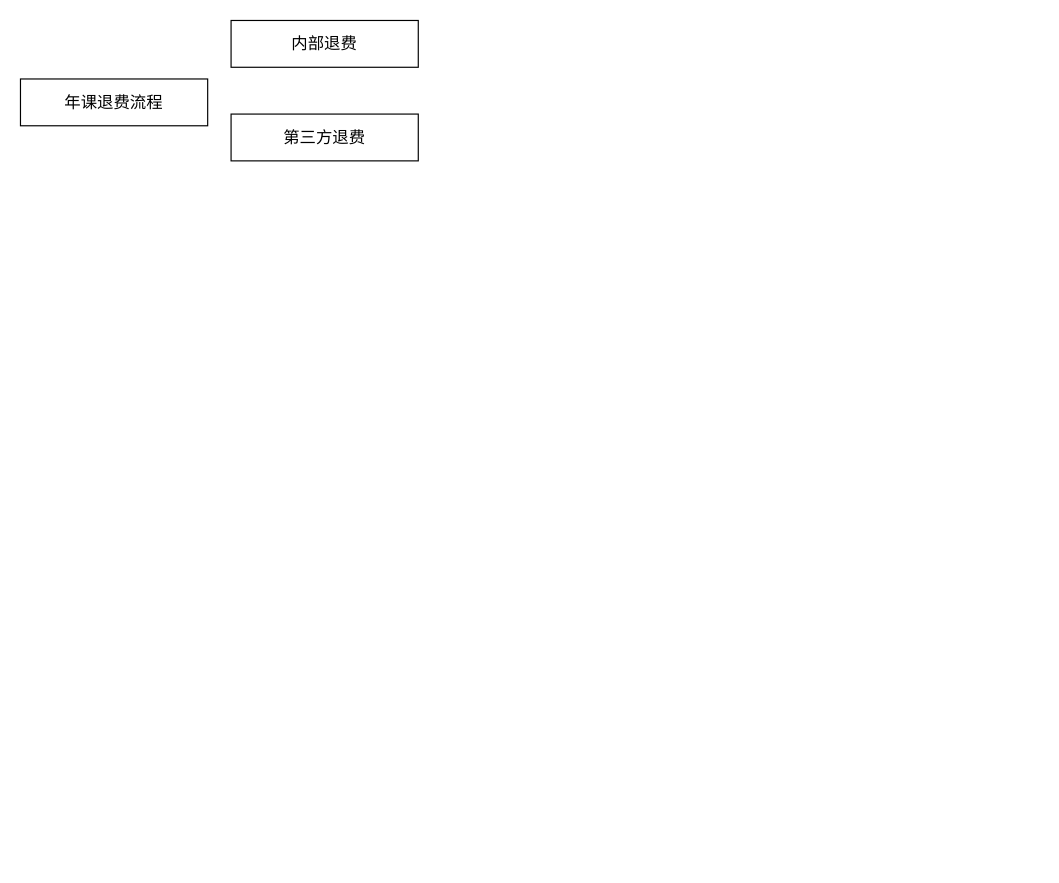
Before: 核桃-班级业务概念.drawio in hongweilv-whu/flowCharts, a draw.io diagram. Source tidied: cells renumbered, new cells numbered last; positions are measured from the earlier drawing's top-left corner, leaving out a move shared by most shapes. Both pictures are drawn from the tidied source at 117%, with x=0, y=0 at pixel (20, 20).
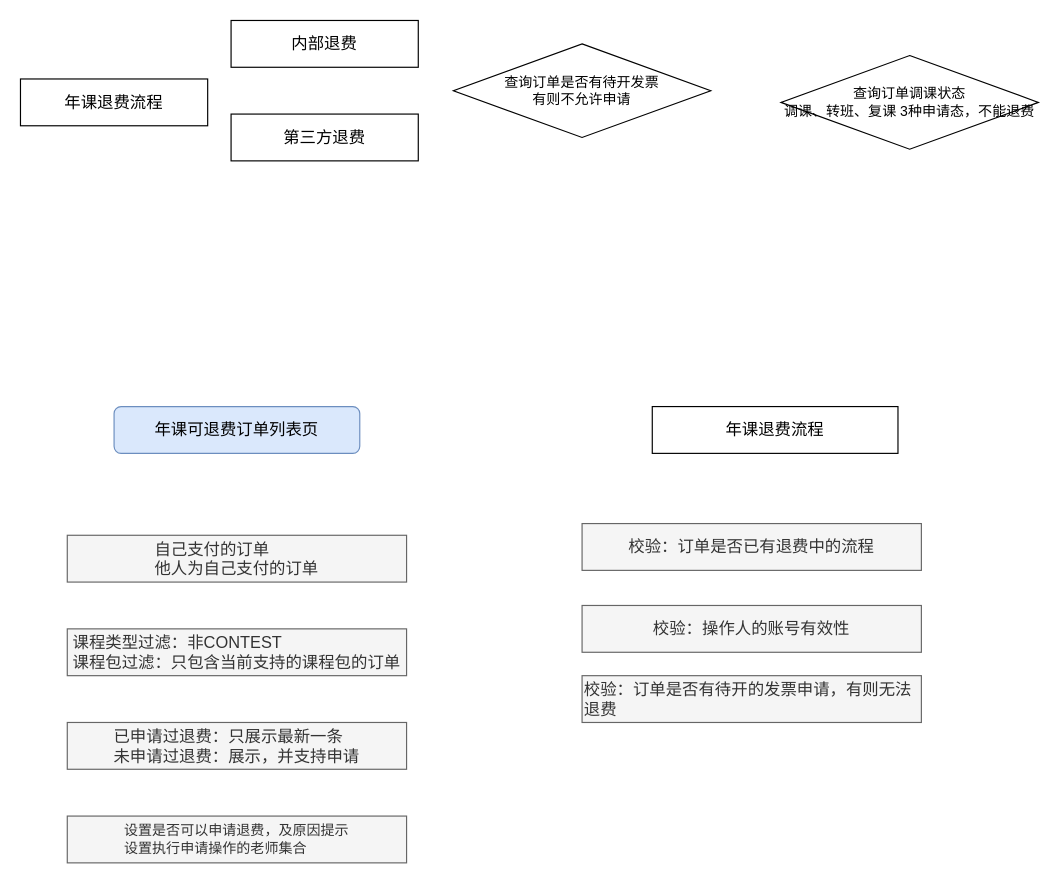
Above is the later version.

Commit message (it also covers changes not shown here):
更新核桃-班级业务概念.drawio

Diff of the diagram source:
```diff
@@
 <mxGraphModel>
   <root>
     <mxCell id="0" />
     <mxCell id="1" parent="0" />
     <mxCell id="2" value="&lt;font style=&quot;font-size: 14px;&quot;&gt;年课退费流程&lt;/font&gt;" style="rounded=0;whiteSpace=wrap;html=1;" parent="1" vertex="1">
       <mxGeometry y="50" width="160" height="40" as="geometry" />
     </mxCell>
     <mxCell id="3" value="&lt;font style=&quot;font-size: 14px;&quot;&gt;内部退费&lt;/font&gt;" style="rounded=0;whiteSpace=wrap;html=1;" parent="1" vertex="1">
       <mxGeometry x="180" width="160" height="40" as="geometry" />
     </mxCell>
     <mxCell id="4" value="&lt;font style=&quot;font-size: 14px;&quot;&gt;第三方退费&lt;/font&gt;" style="rounded=0;whiteSpace=wrap;html=1;" parent="1" vertex="1">
       <mxGeometry x="180" y="80" width="160" height="40" as="geometry" />
     </mxCell>
+    <mxCell id="5" value="查询订单调课状态&lt;br&gt;调课、转班、复课 3种申请态，不能退费" style="rhombus;whiteSpace=wrap;html=1;" parent="1" vertex="1">
+      <mxGeometry x="650" y="30" width="220" height="80" as="geometry" />
+    </mxCell>
+    <mxCell id="6" value="查询订单是否有待开发票&lt;br&gt;有则不允许申请" style="rhombus;whiteSpace=wrap;html=1;" parent="1" vertex="1">
+      <mxGeometry x="370" y="20" width="220" height="80" as="geometry" />
+    </mxCell>
+    <mxCell id="7" value="&lt;font style=&quot;font-size: 14px;&quot;&gt;年课可退费订单列表页&lt;/font&gt;" style="rounded=1;whiteSpace=wrap;html=1;fillColor=#dae8fc;strokeColor=#6c8ebf;" parent="1" vertex="1">
+      <mxGeometry x="80" y="330" width="210" height="40" as="geometry" />
+    </mxCell>
+    <mxCell id="8" value="&lt;font style=&quot;font-size: 14px;&quot;&gt;年课退费流程&lt;/font&gt;" style="rounded=0;whiteSpace=wrap;html=1;" parent="1" vertex="1">
+      <mxGeometry x="540" y="330" width="210" height="40" as="geometry" />
+    </mxCell>
+    <mxCell id="9" value="&lt;div style=&quot;text-align: left;&quot;&gt;&lt;span style=&quot;font-size: 14px; background-color: initial;&quot;&gt;自己支付的订单&lt;/span&gt;&lt;/div&gt;&lt;font style=&quot;font-size: 14px;&quot;&gt;&lt;div style=&quot;text-align: left;&quot;&gt;&lt;span style=&quot;background-color: initial;&quot;&gt;他人为自己支付的订单&lt;/span&gt;&lt;/div&gt;&lt;/font&gt;" style="rounded=0;whiteSpace=wrap;html=1;fillColor=#f5f5f5;fontColor=#333333;strokeColor=#666666;" parent="1" vertex="1">
+      <mxGeometry x="40" y="440" width="290" height="40" as="geometry" />
+    </mxCell>
+    <mxCell id="10" value="&lt;div style=&quot;text-align: left;&quot;&gt;&lt;span style=&quot;font-size: 14px;&quot;&gt;课程类型过滤：非CONTEST&lt;/span&gt;&lt;/div&gt;&lt;div style=&quot;text-align: left;&quot;&gt;&lt;span style=&quot;font-size: 14px;&quot;&gt;课程包过滤：只包含当前支持的课程包的订单&lt;/span&gt;&lt;/div&gt;" style="rounded=0;whiteSpace=wrap;html=1;fillColor=#f5f5f5;fontColor=#333333;strokeColor=#666666;" parent="1" vertex="1">
+      <mxGeometry x="40" y="520" width="290" height="40" as="geometry" />
+    </mxCell>
+    <mxCell id="11" value="&lt;div style=&quot;text-align: left;&quot;&gt;&lt;span style=&quot;font-size: 14px;&quot;&gt;已申请过退费：只展示最新一条&lt;/span&gt;&lt;/div&gt;&lt;div style=&quot;text-align: left;&quot;&gt;&lt;span style=&quot;font-size: 14px;&quot;&gt;未申请过退费：展示，并支持申请&lt;/span&gt;&lt;/div&gt;" style="rounded=0;whiteSpace=wrap;html=1;fillColor=#f5f5f5;fontColor=#333333;strokeColor=#666666;" parent="1" vertex="1">
+      <mxGeometry x="40" y="600" width="290" height="40" as="geometry" />
+    </mxCell>
+    <mxCell id="12" value="&lt;div style=&quot;text-align: left;&quot;&gt;设置是否可以申请退费，及原因提示&lt;br&gt;设置执行申请操作的老师集合&lt;/div&gt;" style="rounded=0;whiteSpace=wrap;html=1;fillColor=#f5f5f5;fontColor=#333333;strokeColor=#666666;" parent="1" vertex="1">
+      <mxGeometry x="40" y="680" width="290" height="40" as="geometry" />
+    </mxCell>
+    <mxCell id="13" value="&lt;div style=&quot;text-align: left;&quot;&gt;&lt;span style=&quot;font-size: 14px;&quot;&gt;校验：订单是否已有退费中的流程&lt;/span&gt;&lt;/div&gt;" style="rounded=0;whiteSpace=wrap;html=1;fillColor=#f5f5f5;fontColor=#333333;strokeColor=#666666;" parent="1" vertex="1">
+      <mxGeometry x="480" y="430" width="290" height="40" as="geometry" />
+    </mxCell>
+    <mxCell id="14" value="&lt;div style=&quot;&quot;&gt;&lt;span style=&quot;font-size: 14px;&quot;&gt;校验：操作人的账号有效性&lt;/span&gt;&lt;/div&gt;" style="rounded=0;whiteSpace=wrap;html=1;fillColor=#f5f5f5;fontColor=#333333;strokeColor=#666666;align=center;" parent="1" vertex="1">
+      <mxGeometry x="480" y="500" width="290" height="40" as="geometry" />
+    </mxCell>
+    <mxCell id="15" value="&lt;div style=&quot;&quot;&gt;&lt;span style=&quot;font-size: 14px;&quot;&gt;校验：订单是否有待开的发票申请，有则无法退费&lt;/span&gt;&lt;/div&gt;" style="rounded=0;whiteSpace=wrap;html=1;fillColor=#f5f5f5;fontColor=#333333;strokeColor=#666666;align=left;" parent="1" vertex="1">
+      <mxGeometry x="480" y="560" width="290" height="40" as="geometry" />
+    </mxCell>
   </root>
 </mxGraphModel>
```
